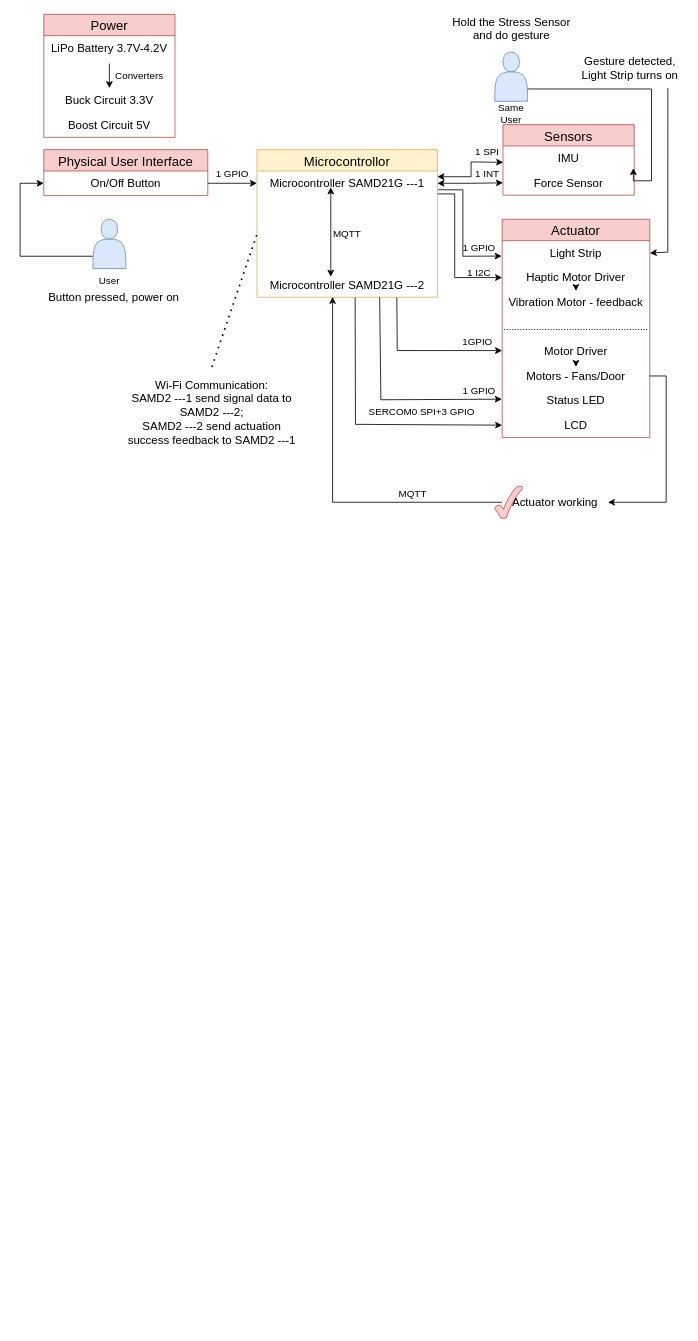
Earlier version of the draw.io diagram Block_diagram.drawio (ese5160/final-project-a07g-a14g-t05-fusion-maverick). Source tidied: cells renumbered, new cells numbered last; positions are measured from the earlier drawing's top-left corner, leaving out a move shared by most shapes. Both pictures are drawn from the tidied source at 82%, with x=0, y=0 at pixel (20, 14).
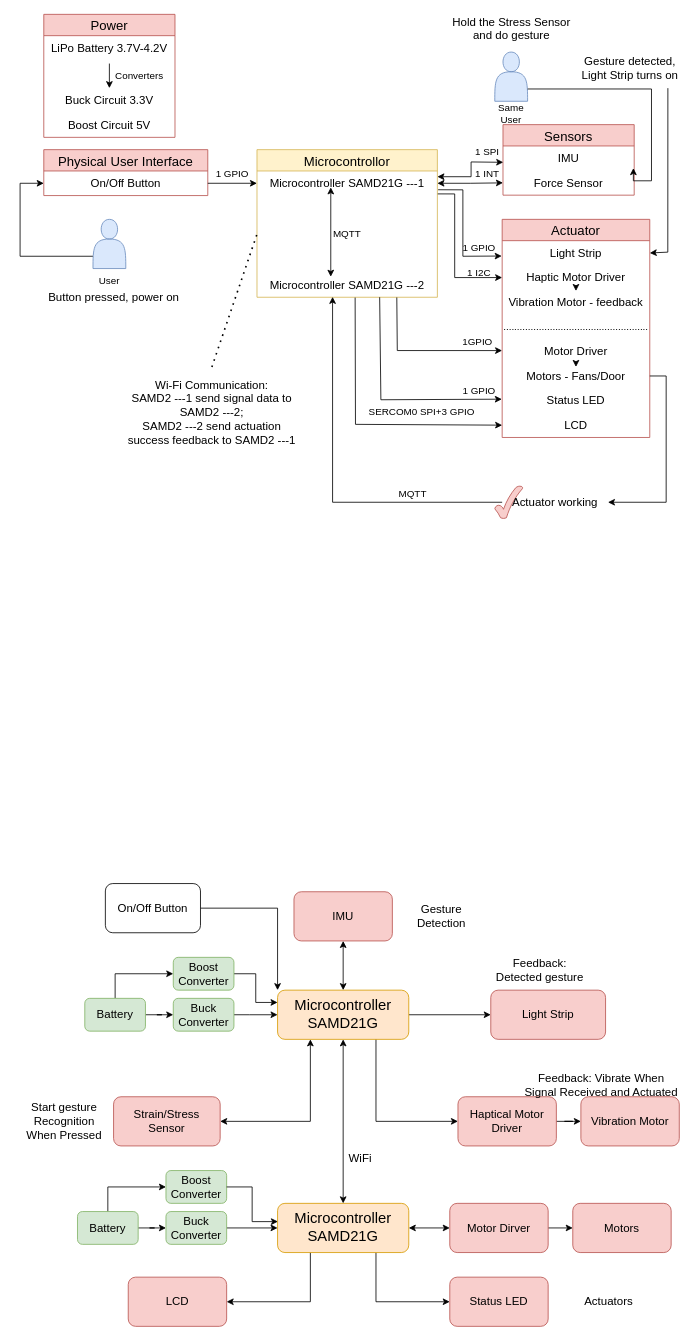
The same page after the edit.

Change to the diagram source:
```diff
@@
+    <mxCell id="62" style="edgeStyle=orthogonalEdgeStyle;rounded=0;jettySize=auto;html=1;exitX=1;exitY=0.5;exitDx=0;exitDy=0;entryX=0;entryY=0.5;entryDx=0;entryDy=0;" parent="1" edge="1" source="64" target="69">
+      <mxGeometry relative="1" as="geometry" />
+    </mxCell>
+    <mxCell id="63" style="edgeStyle=orthogonalEdgeStyle;rounded=0;jettySize=auto;html=1;exitX=0.75;exitY=1;exitDx=0;exitDy=0;entryX=0;entryY=0.5;entryDx=0;entryDy=0;" parent="1" edge="1" source="64" target="86">
+      <mxGeometry relative="1" as="geometry" />
+    </mxCell>
+    <mxCell id="64" value="&lt;font style=&quot;font-size: 18px;&quot;&gt;Microcontroller SAMD21G&lt;/font&gt;" style="rounded=1;whiteSpace=wrap;html=1;fillColor=#ffe6cc;strokeColor=#d79b00;" parent="1" vertex="1">
+      <mxGeometry x="314" y="1190" width="160" height="60" as="geometry" />
+    </mxCell>
+    <mxCell id="65" style="edgeStyle=orthogonalEdgeStyle;rounded=0;jettySize=auto;html=1;exitX=1;exitY=0.5;exitDx=0;exitDy=0;entryX=0;entryY=0;entryDx=0;entryDy=0;" parent="1" edge="1" source="66" target="64">
+      <mxGeometry relative="1" as="geometry" />
+    </mxCell>
+    <mxCell id="66" value="&lt;font style=&quot;font-size: 14px;&quot;&gt;On/Off Button&lt;/font&gt;" style="rounded=1;whiteSpace=wrap;html=1;" parent="1" vertex="1">
+      <mxGeometry x="104" y="1060" width="116" height="60" as="geometry" />
+    </mxCell>
+    <mxCell id="67" value="&lt;font style=&quot;font-size: 14px;&quot;&gt;Strain/Stress Sensor&lt;/font&gt;" style="rounded=1;whiteSpace=wrap;html=1;fillColor=#f8cecc;strokeColor=#b85450;" parent="1" vertex="1">
+      <mxGeometry x="114" y="1320" width="130" height="60" as="geometry" />
+    </mxCell>
+    <mxCell id="68" style="endArrow=classic;startArrow=classic;html=1;rounded=0;entryX=0.25;entryY=1;entryDx=0;entryDy=0;exitX=1;exitY=0.5;exitDx=0;exitDy=0;" parent="1" edge="1" source="67" target="64">
+      <mxGeometry relative="1" as="geometry">
+        <Array as="points">
+          <mxPoint x="354" y="1350" />
+        </Array>
+      </mxGeometry>
+    </mxCell>
+    <mxCell id="69" value="&lt;font style=&quot;font-size: 14px;&quot;&gt;Light Strip&lt;/font&gt;" style="rounded=1;whiteSpace=wrap;html=1;fillColor=#f8cecc;strokeColor=#b85450;" parent="1" vertex="1">
+      <mxGeometry x="574" y="1190" width="140" height="60" as="geometry" />
+    </mxCell>
+    <mxCell id="70" style="edgeStyle=orthogonalEdgeStyle;rounded=0;jettySize=auto;html=1;" parent="1" edge="1" source="72" target="95">
+      <mxGeometry relative="1" as="geometry" />
+    </mxCell>
+    <mxCell id="71" style="edgeStyle=orthogonalEdgeStyle;rounded=0;jettySize=auto;html=1;exitX=0.5;exitY=0;exitDx=0;exitDy=0;entryX=0;entryY=0.5;entryDx=0;entryDy=0;" parent="1" edge="1" source="72" target="97">
+      <mxGeometry relative="1" as="geometry" />
+    </mxCell>
+    <mxCell id="72" value="&lt;font style=&quot;font-size: 14px;&quot;&gt;Battery&lt;/font&gt;" style="rounded=1;whiteSpace=wrap;html=1;fillColor=#d5e8d4;strokeColor=#82b366;" parent="1" vertex="1">
+      <mxGeometry x="78.9" y="1200" width="74" height="40" as="geometry" />
+    </mxCell>
+    <mxCell id="73" style="edgeStyle=orthogonalEdgeStyle;rounded=0;jettySize=auto;html=1;exitX=0.75;exitY=1;exitDx=0;exitDy=0;entryX=0;entryY=0.5;entryDx=0;entryDy=0;" parent="1" edge="1" source="75" target="80">
+      <mxGeometry relative="1" as="geometry" />
+    </mxCell>
+    <mxCell id="74" style="edgeStyle=orthogonalEdgeStyle;rounded=0;jettySize=auto;html=1;exitX=0.25;exitY=1;exitDx=0;exitDy=0;entryX=1;entryY=0.5;entryDx=0;entryDy=0;" parent="1" edge="1" source="75" target="91">
+      <mxGeometry relative="1" as="geometry" />
+    </mxCell>
+    <mxCell id="75" value="&lt;font style=&quot;font-size: 18px;&quot;&gt;Microcontroller SAMD21G&lt;/font&gt;" style="rounded=1;whiteSpace=wrap;html=1;fillColor=#ffe6cc;strokeColor=#d79b00;" parent="1" vertex="1">
+      <mxGeometry x="314" y="1450" width="160" height="60" as="geometry" />
+    </mxCell>
+    <mxCell id="76" style="edgeStyle=orthogonalEdgeStyle;rounded=0;jettySize=auto;html=1;exitX=1;exitY=0.5;exitDx=0;exitDy=0;entryX=0;entryY=0.5;entryDx=0;entryDy=0;" parent="1" edge="1" source="77" target="90">
+      <mxGeometry relative="1" as="geometry" />
+    </mxCell>
+    <mxCell id="77" value="&lt;font style=&quot;font-size: 14px;&quot;&gt;Motor Dirver&lt;/font&gt;" style="rounded=1;whiteSpace=wrap;html=1;fillColor=#f8cecc;strokeColor=#b85450;" parent="1" vertex="1">
+      <mxGeometry x="524" y="1450" width="120" height="60" as="geometry" />
+    </mxCell>
+    <mxCell id="78" style="endArrow=classic;startArrow=classic;html=1;rounded=0;entryX=0;entryY=0.5;entryDx=0;entryDy=0;exitX=1;exitY=0.5;exitDx=0;exitDy=0;" parent="1" edge="1" source="75" target="77">
+      <mxGeometry relative="1" as="geometry" />
+    </mxCell>
+    <mxCell id="79" value="&lt;font style=&quot;font-size: 14px;&quot;&gt;Actuators&lt;/font&gt;" style="text;html=1;align=center;verticalAlign=middle;whiteSpace=wrap;rounded=0;" parent="1" vertex="1">
+      <mxGeometry x="688" y="1555" width="60" height="30" as="geometry" />
+    </mxCell>
+    <mxCell id="80" value="&lt;font style=&quot;font-size: 14px;&quot;&gt;Status LED&lt;/font&gt;" style="rounded=1;whiteSpace=wrap;html=1;fillColor=#f8cecc;strokeColor=#b85450;" parent="1" vertex="1">
+      <mxGeometry x="524" y="1540" width="120" height="60" as="geometry" />
+    </mxCell>
+    <mxCell id="81" value="&lt;span style=&quot;font-size: 14px;&quot;&gt;IMU&lt;/span&gt;" style="rounded=1;whiteSpace=wrap;html=1;fillColor=#f8cecc;strokeColor=#b85450;" parent="1" vertex="1">
+      <mxGeometry x="334" y="1070" width="120" height="60" as="geometry" />
+    </mxCell>
+    <mxCell id="82" style="endArrow=classic;startArrow=classic;html=1;rounded=0;entryX=0.5;entryY=1;entryDx=0;entryDy=0;" parent="1" edge="1" target="81">
+      <mxGeometry relative="1" as="geometry">
+        <mxPoint x="394" y="1190" as="sourcePoint" />
+      </mxGeometry>
+    </mxCell>
+    <mxCell id="83" value="&lt;font style=&quot;font-size: 14px;&quot;&gt;Gesture Detection&lt;/font&gt;" style="text;html=1;align=center;verticalAlign=middle;whiteSpace=wrap;rounded=0;" parent="1" vertex="1">
+      <mxGeometry x="464" y="1085" width="100" height="30" as="geometry" />
+    </mxCell>
+    <mxCell id="84" value="&lt;font style=&quot;font-size: 14px;&quot;&gt;WiFi&lt;/font&gt;" style="text;html=1;align=center;verticalAlign=middle;whiteSpace=wrap;rounded=0;" parent="1" vertex="1">
+      <mxGeometry x="350" y="1380" width="130" height="30" as="geometry" />
+    </mxCell>
+    <mxCell id="85" style="edgeStyle=orthogonalEdgeStyle;rounded=0;jettySize=auto;html=1;" parent="1" edge="1" source="86" target="92">
+      <mxGeometry relative="1" as="geometry" />
+    </mxCell>
+    <mxCell id="86" value="&lt;font style=&quot;font-size: 14px;&quot;&gt;Haptical Motor Driver&lt;/font&gt;" style="rounded=1;whiteSpace=wrap;html=1;fillColor=#f8cecc;strokeColor=#b85450;" parent="1" vertex="1">
+      <mxGeometry x="534" y="1320" width="120" height="60" as="geometry" />
+    </mxCell>
+    <mxCell id="87" value="&lt;font style=&quot;font-size: 14px;&quot;&gt;Feedback: Detected gesture&lt;/font&gt;" style="text;html=1;align=center;verticalAlign=middle;whiteSpace=wrap;rounded=0;" parent="1" vertex="1">
+      <mxGeometry x="574" y="1150" width="120" height="30" as="geometry" />
+    </mxCell>
+    <mxCell id="88" value="&lt;font style=&quot;font-size: 14px;&quot;&gt;Start gesture Recognition When Pressed&lt;/font&gt;" style="text;html=1;align=center;verticalAlign=middle;whiteSpace=wrap;rounded=0;" parent="1" vertex="1">
+      <mxGeometry x="4" y="1335" width="100" height="30" as="geometry" />
+    </mxCell>
+    <mxCell id="89" value="&lt;font style=&quot;font-size: 14px;&quot;&gt;Feedback: Vibrate When Signal Received and Actuated&lt;/font&gt;" style="text;html=1;align=center;verticalAlign=middle;whiteSpace=wrap;rounded=0;" parent="1" vertex="1">
+      <mxGeometry x="613.9" y="1290" width="190" height="30" as="geometry" />
+    </mxCell>
+    <mxCell id="90" value="&lt;font style=&quot;font-size: 14px;&quot;&gt;Motors&lt;/font&gt;" style="rounded=1;whiteSpace=wrap;html=1;fillColor=#f8cecc;strokeColor=#b85450;" parent="1" vertex="1">
+      <mxGeometry x="674" y="1450" width="120" height="60" as="geometry" />
+    </mxCell>
+    <mxCell id="91" value="&lt;font style=&quot;font-size: 14px;&quot;&gt;LCD&lt;/font&gt;" style="rounded=1;whiteSpace=wrap;html=1;fillColor=#f8cecc;strokeColor=#b85450;" parent="1" vertex="1">
+      <mxGeometry x="131.9" y="1540" width="120" height="60" as="geometry" />
+    </mxCell>
+    <mxCell id="92" value="&lt;font style=&quot;font-size: 14px;&quot;&gt;Vibration Motor&lt;/font&gt;" style="rounded=1;whiteSpace=wrap;html=1;fillColor=#f8cecc;strokeColor=#b85450;" parent="1" vertex="1">
+      <mxGeometry x="683.9" y="1320" width="120" height="60" as="geometry" />
+    </mxCell>
+    <mxCell id="93" style="endArrow=classic;startArrow=classic;html=1;rounded=0;entryX=0.5;entryY=1;entryDx=0;entryDy=0;exitX=0.5;exitY=0;exitDx=0;exitDy=0;" parent="1" edge="1" source="75" target="64">
+      <mxGeometry relative="1" as="geometry" />
+    </mxCell>
+    <mxCell id="94" style="edgeStyle=orthogonalEdgeStyle;rounded=0;jettySize=auto;html=1;exitX=1;exitY=0.5;exitDx=0;exitDy=0;entryX=0;entryY=0.5;entryDx=0;entryDy=0;" parent="1" edge="1" source="95" target="64">
+      <mxGeometry relative="1" as="geometry">
+        <Array as="points">
+          <mxPoint x="280" y="1220" />
+          <mxPoint x="280" y="1220" />
+        </Array>
+      </mxGeometry>
+    </mxCell>
+    <mxCell id="95" value="&lt;font style=&quot;font-size: 14px;&quot;&gt;Buck Converter&lt;/font&gt;" style="rounded=1;whiteSpace=wrap;html=1;fillColor=#d5e8d4;strokeColor=#82b366;" parent="1" vertex="1">
+      <mxGeometry x="186.8" y="1200" width="74" height="40" as="geometry" />
+    </mxCell>
+    <mxCell id="96" style="edgeStyle=orthogonalEdgeStyle;rounded=0;jettySize=auto;html=1;exitX=1;exitY=0.5;exitDx=0;exitDy=0;entryX=0;entryY=0.25;entryDx=0;entryDy=0;" parent="1" edge="1" source="97" target="64">
+      <mxGeometry relative="1" as="geometry" />
+    </mxCell>
+    <mxCell id="97" value="&lt;font style=&quot;font-size: 14px;&quot;&gt;Boost Converter&lt;/font&gt;" style="rounded=1;whiteSpace=wrap;html=1;fillColor=#d5e8d4;strokeColor=#82b366;" parent="1" vertex="1">
+      <mxGeometry x="186.8" y="1150" width="74" height="40" as="geometry" />
+    </mxCell>
+    <mxCell id="98" style="edgeStyle=orthogonalEdgeStyle;rounded=0;jettySize=auto;html=1;" parent="1" edge="1" source="100" target="102">
+      <mxGeometry relative="1" as="geometry" />
+    </mxCell>
+    <mxCell id="99" style="edgeStyle=orthogonalEdgeStyle;rounded=0;jettySize=auto;html=1;exitX=0.5;exitY=0;exitDx=0;exitDy=0;entryX=0;entryY=0.5;entryDx=0;entryDy=0;" parent="1" edge="1" source="100" target="103">
+      <mxGeometry relative="1" as="geometry" />
+    </mxCell>
+    <mxCell id="100" value="&lt;font style=&quot;font-size: 14px;&quot;&gt;Battery&lt;/font&gt;" style="rounded=1;whiteSpace=wrap;html=1;fillColor=#d5e8d4;strokeColor=#82b366;" parent="1" vertex="1">
+      <mxGeometry x="70" y="1460" width="74" height="40" as="geometry" />
+    </mxCell>
+    <mxCell id="101" style="edgeStyle=orthogonalEdgeStyle;rounded=0;jettySize=auto;html=1;exitX=1;exitY=0.5;exitDx=0;exitDy=0;entryX=0;entryY=0.5;entryDx=0;entryDy=0;" parent="1" edge="1" source="102" target="75">
+      <mxGeometry relative="1" as="geometry" />
+    </mxCell>
+    <mxCell id="102" value="&lt;font style=&quot;font-size: 14px;&quot;&gt;Buck Converter&lt;/font&gt;" style="rounded=1;whiteSpace=wrap;html=1;fillColor=#d5e8d4;strokeColor=#82b366;" parent="1" vertex="1">
+      <mxGeometry x="177.9" y="1460" width="74" height="40" as="geometry" />
+    </mxCell>
+    <mxCell id="103" value="&lt;font style=&quot;font-size: 14px;&quot;&gt;Boost Converter&lt;/font&gt;" style="rounded=1;whiteSpace=wrap;html=1;fillColor=#d5e8d4;strokeColor=#82b366;" parent="1" vertex="1">
+      <mxGeometry x="177.9" y="1410" width="74" height="40" as="geometry" />
+    </mxCell>
+    <mxCell id="104" style="edgeStyle=orthogonalEdgeStyle;rounded=0;jettySize=auto;html=1;exitX=1;exitY=0.5;exitDx=0;exitDy=0;entryX=0.003;entryY=0.371;entryDx=0;entryDy=0;entryPerimeter=0;" parent="1" edge="1" source="103" target="75">
+      <mxGeometry relative="1" as="geometry" />
+    </mxCell>
```
